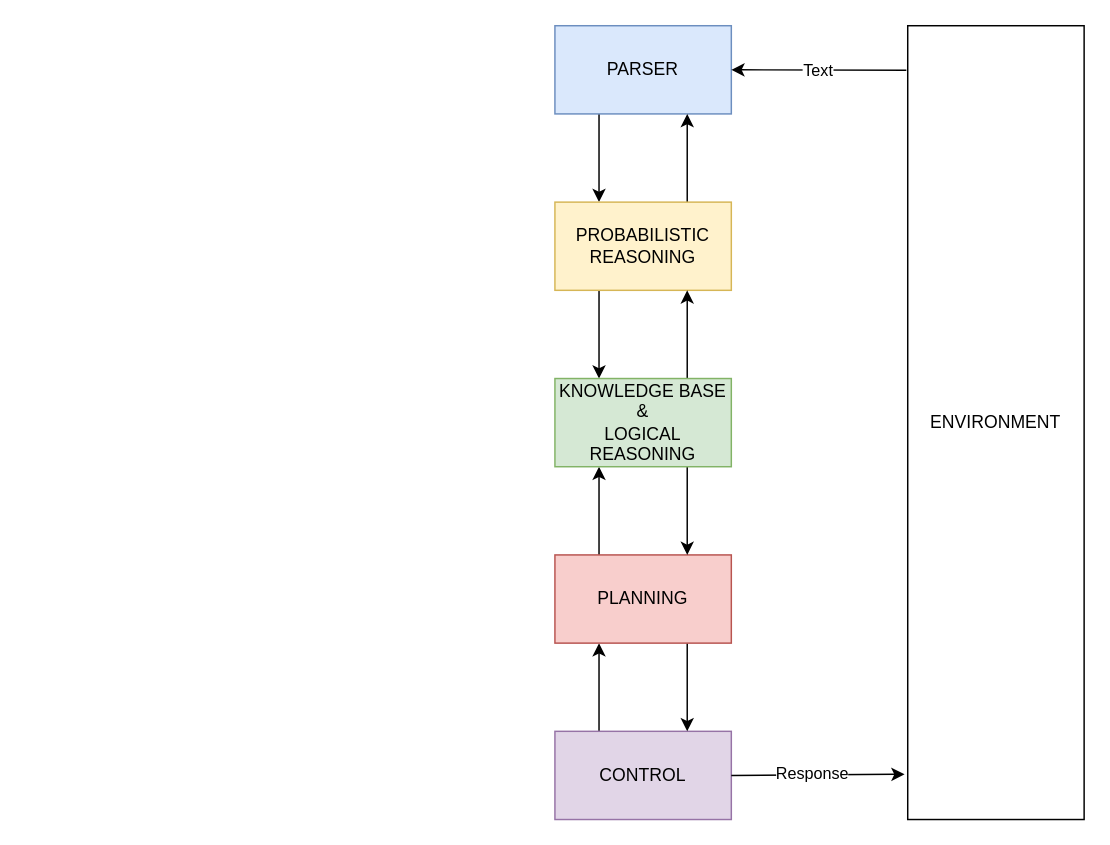
pantelis/aiml-common keeps this draw.io diagram as page "architecture" (1 of 3) of lectures/nlp/images/nlp.drawio. Above is the earlier version. Source tidied: cells renumbered, new cells numbered last; positions are measured from the earlier drawing's top-left corner, leaving out a move shared by most shapes. Both pictures are drawn from the tidied source at 147%, with x=0, y=0 at pixel (554, 25).
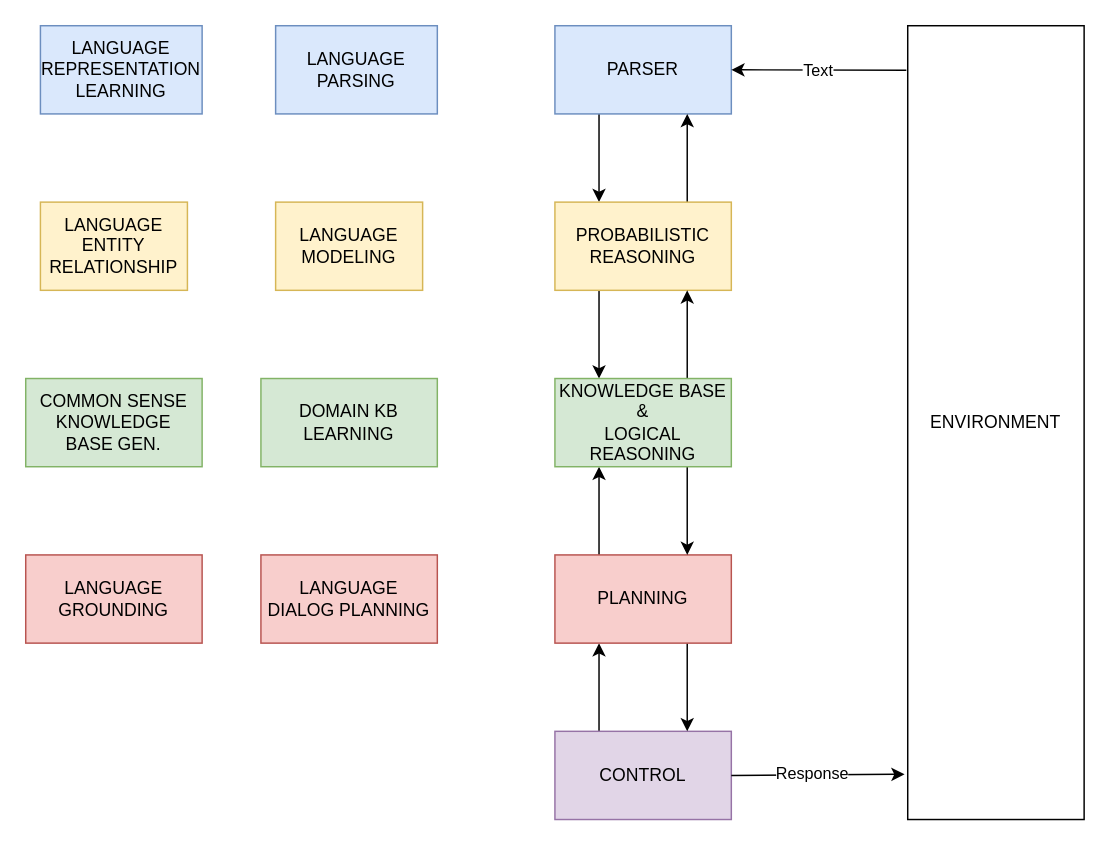
The same diagram, later.

The edit, as a diff of the source:
```diff
@@
+    <mxCell id="20" value="LANGUAGE&lt;br&gt;REPRESENTATION&lt;br&gt;LEARNING" style="rounded=0;whiteSpace=wrap;html=1;fontSize=12;fillColor=#dae8fc;strokeColor=#6c8ebf;" parent="1" vertex="1">
+      <mxGeometry x="-350" width="110" height="60" as="geometry" />
+    </mxCell>
+    <mxCell id="21" value="LANGUAGE GROUNDING" style="rounded=0;whiteSpace=wrap;html=1;fontSize=12;fillColor=#f8cecc;strokeColor=#b85450;" parent="1" vertex="1">
+      <mxGeometry x="-360" y="360" width="120" height="60" as="geometry" />
+    </mxCell>
+    <mxCell id="22" value="COMMON SENSE&lt;br&gt;KNOWLEDGE&lt;br&gt;BASE GEN." style="rounded=0;whiteSpace=wrap;html=1;fillColor=#d5e8d4;strokeColor=#82b366;" parent="1" vertex="1">
+      <mxGeometry x="-360" y="240" width="120" height="60" as="geometry" />
+    </mxCell>
+    <mxCell id="23" value="LANGUAGE&lt;br&gt;MODELING" style="rounded=0;whiteSpace=wrap;html=1;fontSize=12;fillColor=#fff2cc;strokeColor=#d6b656;" parent="1" vertex="1">
+      <mxGeometry x="-190" y="120" width="100" height="60" as="geometry" />
+    </mxCell>
+    <mxCell id="24" value="DOMAIN KB&lt;br&gt;LEARNING" style="rounded=0;whiteSpace=wrap;html=1;fillColor=#d5e8d4;strokeColor=#82b366;" parent="1" vertex="1">
+      <mxGeometry x="-200" y="240" width="120" height="60" as="geometry" />
+    </mxCell>
+    <mxCell id="25" value="LANGUAGE&lt;br&gt;DIALOG PLANNING" style="rounded=0;whiteSpace=wrap;html=1;fontSize=12;fillColor=#f8cecc;strokeColor=#b85450;" parent="1" vertex="1">
+      <mxGeometry x="-200" y="360" width="120" height="60" as="geometry" />
+    </mxCell>
+    <mxCell id="26" value="LANGUAGE&lt;br&gt;PARSING" style="rounded=0;whiteSpace=wrap;html=1;fontSize=12;fillColor=#dae8fc;strokeColor=#6c8ebf;" parent="1" vertex="1">
+      <mxGeometry x="-190" width="110" height="60" as="geometry" />
+    </mxCell>
+    <mxCell id="27" value="LANGUAGE&lt;br&gt;ENTITY RELATIONSHIP" style="rounded=0;whiteSpace=wrap;html=1;fontSize=12;fillColor=#fff2cc;strokeColor=#d6b656;" parent="1" vertex="1">
+      <mxGeometry x="-350" y="120" width="100" height="60" as="geometry" />
+    </mxCell>
```
